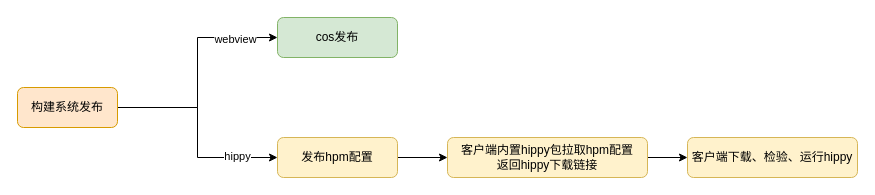
Earlier version of the draw.io diagram 未命名绘图.drawio (SkylarShuang/book-1). Source tidied: cells renumbered, new cells numbered last; positions are measured from the earlier drawing's top-left corner, leaving out a move shared by most shapes. Both pictures are drawn from the tidied source at 100%, with x=0, y=0 at pixel (17, 17).
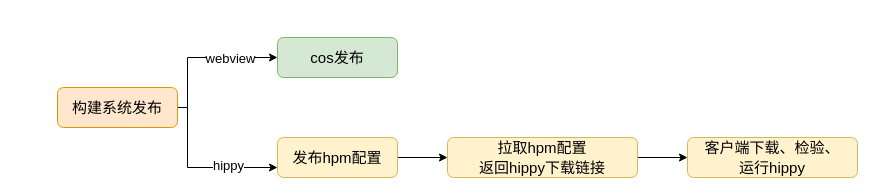
After the change.

Commit message (it also covers changes not shown here):
更新未命名绘图.drawio

Diff of the diagram source:
```diff
@@
 <mxGraphModel>
   <root>
     <mxCell id="0" />
     <mxCell id="1" parent="0" />
     <mxCell id="2" style="edgeStyle=orthogonalEdgeStyle;rounded=0;jettySize=auto;html=1;entryX=0;entryY=0.5;entryDx=0;entryDy=0;" parent="1" edge="1" source="6" target="7">
-      <mxGeometry relative="1" as="geometry" />
+      <mxGeometry relative="1" as="geometry">
+        <Array as="points">
+          <mxPoint x="170" y="90" />
+          <mxPoint x="170" y="40" />
+        </Array>
+      </mxGeometry>
     </mxCell>
-    <mxCell id="3" value="webview" style="edgeLabel;html=1;align=center;verticalAlign=middle;" parent="2" vertex="1">
-      <mxGeometry x="0.63" y="-1" relative="1" as="geometry" />
+    <mxCell id="3" value="&lt;font style=&quot;font-size: 13px;&quot;&gt;webview&lt;/font&gt;" style="edgeLabel;html=1;align=center;verticalAlign=middle;" parent="2" vertex="1">
+      <mxGeometry x="-0.08" relative="1" as="geometry">
+        <mxPoint x="33" as="offset" />
+      </mxGeometry>
     </mxCell>
-    <mxCell id="4" style="edgeStyle=orthogonalEdgeStyle;rounded=0;jettySize=auto;html=1;entryX=0;entryY=0.5;entryDx=0;entryDy=0;" parent="1" edge="1" source="6" target="9">
-      <mxGeometry relative="1" as="geometry" />
+    <mxCell id="4" style="edgeStyle=orthogonalEdgeStyle;rounded=0;jettySize=auto;html=1;entryX=0;entryY=0.75;entryDx=0;entryDy=0;" parent="1" edge="1" source="6" target="9">
+      <mxGeometry relative="1" as="geometry">
+        <Array as="points">
+          <mxPoint x="170" y="90" />
+          <mxPoint x="170" y="150" />
+        </Array>
+      </mxGeometry>
     </mxCell>
-    <mxCell id="5" value="hippy" style="edgeLabel;html=1;align=center;verticalAlign=middle;" parent="4" vertex="1">
-      <mxGeometry x="0.61" y="2" relative="1" as="geometry" />
+    <mxCell id="5" value="&lt;font style=&quot;font-size: 13px;&quot;&gt;hippy&lt;/font&gt;" style="edgeLabel;html=1;align=center;verticalAlign=middle;" parent="4" vertex="1">
+      <mxGeometry x="0.32" y="4" relative="1" as="geometry">
+        <mxPoint x="4" y="1" as="offset" />
+      </mxGeometry>
     </mxCell>
-    <mxCell id="6" value="构建系统发布" style="rounded=1;whiteSpace=wrap;html=1;fontSize=12;glass=0;strokeWidth=1;shadow=0;fillColor=#ffe6cc;strokeColor=#d79b00;" parent="1" vertex="1">
-      <mxGeometry y="70" width="100" height="40" as="geometry" />
+    <mxCell id="6" value="&lt;font style=&quot;font-size: 15px;&quot;&gt;构建系统发布&lt;/font&gt;" style="rounded=1;whiteSpace=wrap;html=1;fontSize=12;glass=0;strokeWidth=1;shadow=0;fillColor=#ffe6cc;strokeColor=#d79b00;" parent="1" vertex="1">
+      <mxGeometry x="40" y="70" width="120" height="40" as="geometry" />
     </mxCell>
-    <mxCell id="7" value="cos发布" style="rounded=1;whiteSpace=wrap;html=1;fontSize=12;glass=0;strokeWidth=1;shadow=0;fillColor=#d5e8d4;strokeColor=#82b366;" parent="1" vertex="1">
-      <mxGeometry x="260" width="120" height="40" as="geometry" />
+    <mxCell id="7" value="&lt;font style=&quot;font-size: 15px;&quot;&gt;cos发布&lt;/font&gt;" style="rounded=1;whiteSpace=wrap;html=1;fontSize=12;glass=0;strokeWidth=1;shadow=0;fillColor=#d5e8d4;strokeColor=#82b366;" parent="1" vertex="1">
+      <mxGeometry x="260" y="20" width="120" height="40" as="geometry" />
     </mxCell>
     <mxCell id="8" style="edgeStyle=orthogonalEdgeStyle;rounded=0;jettySize=auto;html=1;" parent="1" edge="1" source="9" target="11">
       <mxGeometry relative="1" as="geometry" />
     </mxCell>
-    <mxCell id="9" value="发布hpm配置" style="rounded=1;whiteSpace=wrap;html=1;fontSize=12;glass=0;strokeWidth=1;shadow=0;fillColor=#fff2cc;strokeColor=#d6b656;" parent="1" vertex="1">
+    <mxCell id="9" value="&lt;font style=&quot;font-size: 15px;&quot;&gt;发布hpm配置&lt;/font&gt;" style="rounded=1;whiteSpace=wrap;html=1;fontSize=16;glass=0;strokeWidth=1;shadow=0;fillColor=#fff2cc;strokeColor=#d6b656;" parent="1" vertex="1">
       <mxGeometry x="260" y="120" width="120" height="40" as="geometry" />
     </mxCell>
     <mxCell id="10" style="edgeStyle=orthogonalEdgeStyle;rounded=0;jettySize=auto;html=1;entryX=0;entryY=0.5;entryDx=0;entryDy=0;" parent="1" edge="1" source="11" target="12">
       <mxGeometry relative="1" as="geometry" />
     </mxCell>
-    <mxCell id="11" value="客户端内置hippy包拉取hpm配置&lt;br&gt;返回hippy下载链接" style="rounded=1;whiteSpace=wrap;html=1;fontSize=12;glass=0;strokeWidth=1;shadow=0;fillColor=#fff2cc;strokeColor=#d6b656;" parent="1" vertex="1">
-      <mxGeometry x="430" y="120" width="200" height="40" as="geometry" />
+    <mxCell id="11" value="&lt;font style=&quot;font-size: 15px;&quot;&gt;拉取hpm配置&lt;br style=&quot;&quot;&gt;返回hippy下载链接&lt;/font&gt;" style="rounded=1;whiteSpace=wrap;html=1;fontSize=16;glass=0;strokeWidth=1;shadow=0;fillColor=#fff2cc;strokeColor=#d6b656;" parent="1" vertex="1">
+      <mxGeometry x="430" y="120" width="190" height="40" as="geometry" />
     </mxCell>
-    <mxCell id="12" value="客户端下载、检验、运行hippy" style="rounded=1;whiteSpace=wrap;html=1;fontSize=12;glass=0;strokeWidth=1;shadow=0;fillColor=#fff2cc;strokeColor=#d6b656;" parent="1" vertex="1">
+    <mxCell id="12" value="&lt;font style=&quot;font-size: 15px;&quot;&gt;&lt;font style=&quot;font-size: 15px;&quot;&gt;客户端下载、检验、&lt;br&gt;&lt;/font&gt;运行hippy&lt;/font&gt;" style="rounded=1;whiteSpace=wrap;html=1;fontSize=16;glass=0;strokeWidth=1;shadow=0;fillColor=#fff2cc;strokeColor=#d6b656;" parent="1" vertex="1">
       <mxGeometry x="670" y="120" width="170" height="40" as="geometry" />
     </mxCell>
   </root>
 </mxGraphModel>
```
